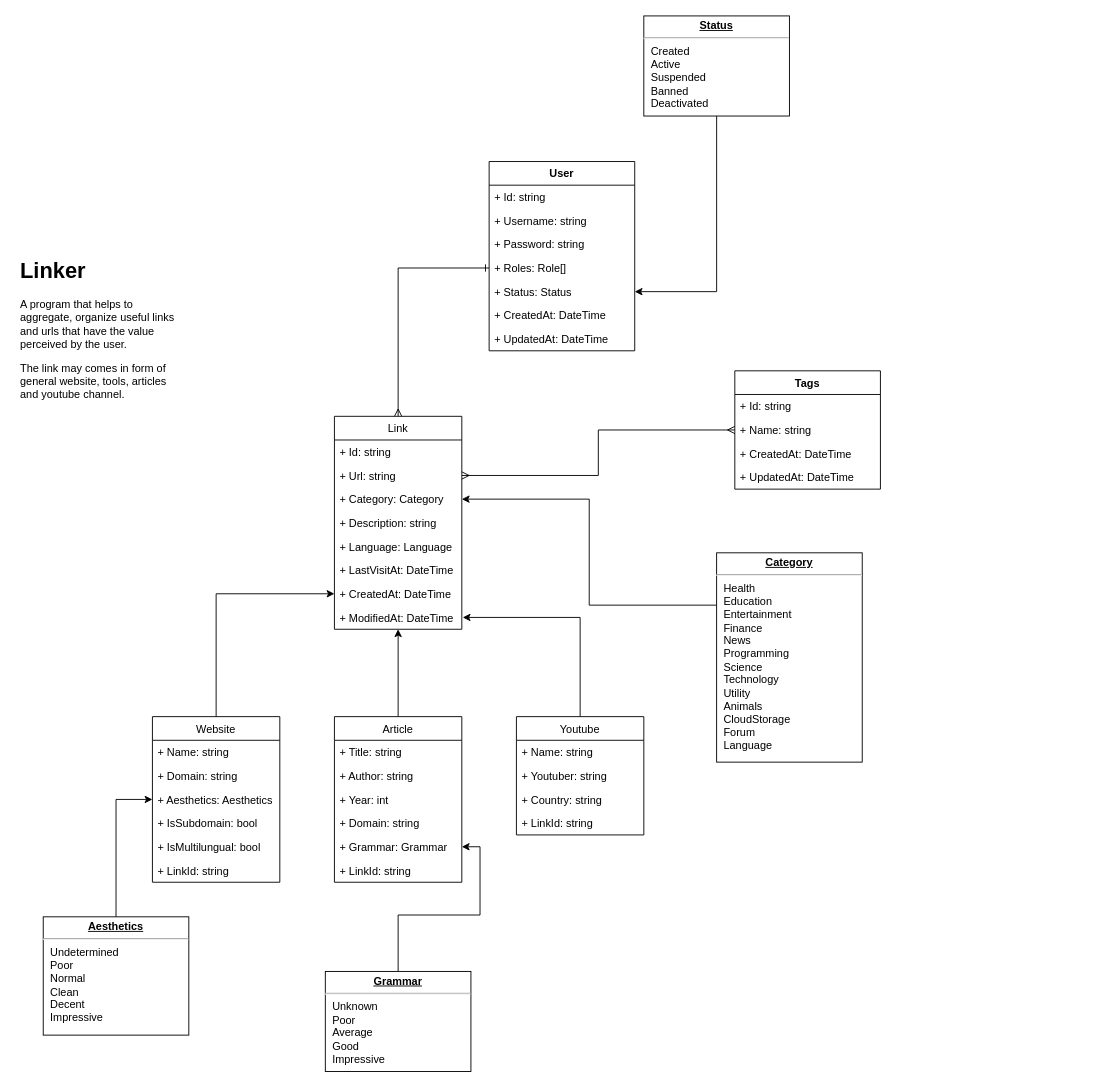
Before: page "Class Diagram" (1 of 4) of docs/Linker.drawio in data-miner00/Linker, a draw.io diagram. Source tidied: cells renumbered, new cells numbered last; positions are measured from the earlier drawing's top-left corner, leaving out a move shared by most shapes. Both pictures are drawn from the tidied source at 91%, with x=0, y=0 at pixel (15, 15).
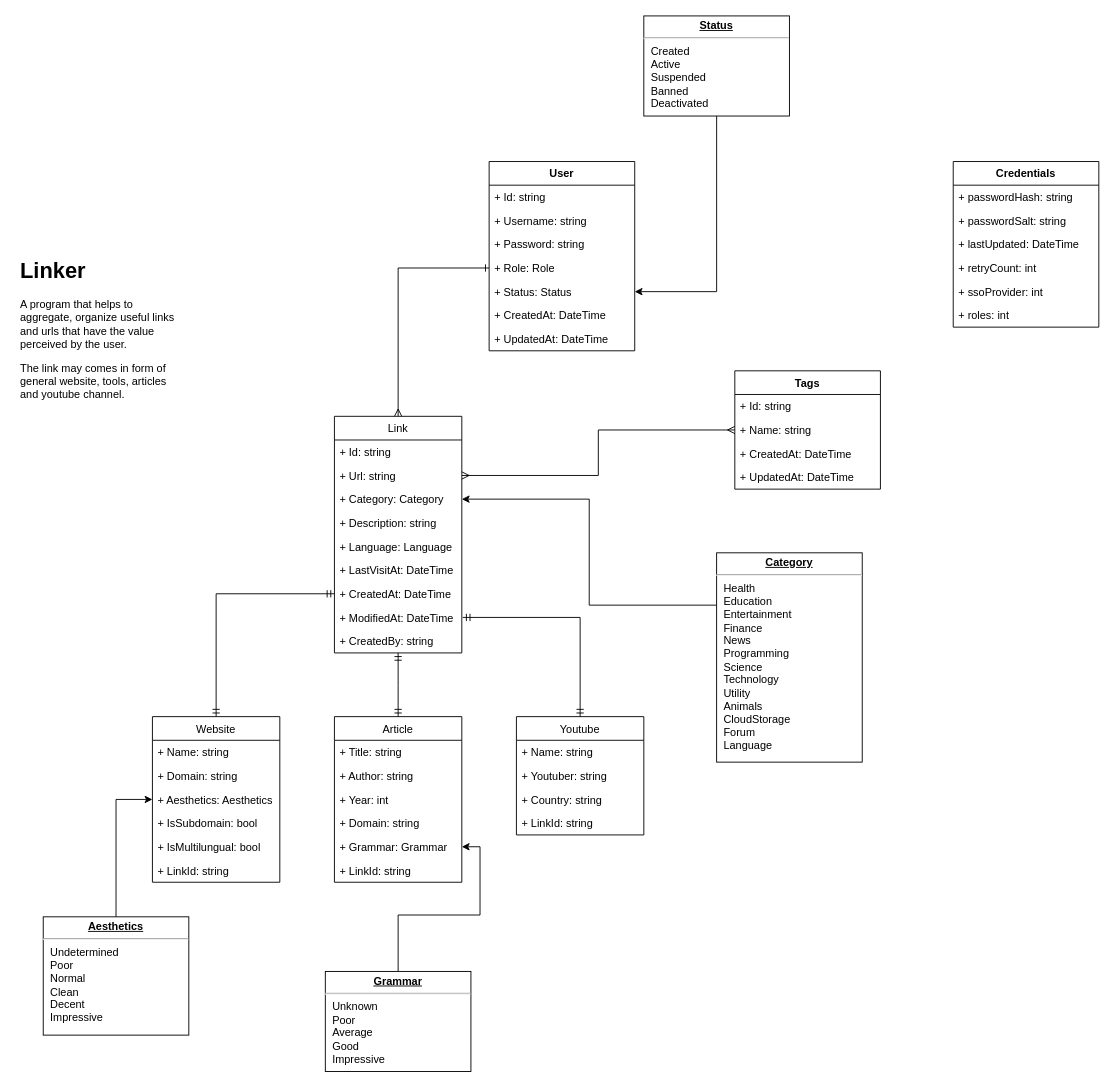
Above is the later version.

Unchanged cells that the change refers to:
```xml
<mxCell id="9" value="+ CreatedAt: DateTime" style="text;strokeColor=none;fillColor=none;align=left;verticalAlign=top;spacingLeft=4;spacingRight=4;overflow=hidden;points=[[0,0.5],[1,0.5]];portConstraint=eastwest;" parent="2" vertex="1">
  <mxGeometry y="182" width="140" height="26" as="geometry" />
</mxCell>
<mxCell id="10" value="+ ModifiedAt: DateTime" style="text;strokeColor=none;fillColor=none;align=left;verticalAlign=top;spacingLeft=4;spacingRight=4;overflow=hidden;points=[[0,0.5],[1,0.5]];portConstraint=eastwest;" parent="2" vertex="1">
  <mxGeometry y="208" width="140" height="26" as="geometry" />
</mxCell>
<mxCell id="14" value="Website" style="swimlane;fontStyle=0;horizontal=1;startSize=26;fillColor=none;" parent="1" vertex="1">
  <mxGeometry x="150" y="770" width="140" height="182" as="geometry" />
</mxCell>
<mxCell id="25" value="Article" style="swimlane;fontStyle=0;horizontal=1;startSize=26;fillColor=none;" parent="1" vertex="1">
  <mxGeometry x="350" y="770" width="140" height="182" as="geometry" />
</mxCell>
<mxCell id="35" value="Youtube" style="swimlane;fontStyle=0;horizontal=1;startSize=26;fillColor=none;" parent="1" vertex="1">
  <mxGeometry x="550" y="770" width="140" height="130" as="geometry" />
</mxCell>
<mxCell id="40" value="User" style="swimlane;fontStyle=1;align=center;verticalAlign=top;horizontal=1;startSize=26;" parent="1" vertex="1">
  <mxGeometry x="520" y="160" width="160" height="208" as="geometry" />
</mxCell>
```

Change to the diagram source:
```diff
@@
     <mxCell id="2" value="Link" style="swimlane;fontStyle=0;horizontal=1;startSize=26;fillColor=none;" parent="1" vertex="1">
-      <mxGeometry x="350" y="440" width="140" height="234" as="geometry" />
+      <mxGeometry x="350" y="440" width="140" height="260" as="geometry" />
     </mxCell>
@@
+    <mxCell id="57" value="+ CreatedBy: string" style="text;strokeColor=none;fillColor=none;align=left;verticalAlign=top;spacingLeft=4;spacingRight=4;overflow=hidden;" parent="2" vertex="1">
+      <mxGeometry y="234" width="140" height="26" as="geometry" />
+    </mxCell>
@@
-    <mxCell id="13" style="edgeStyle=orthogonalEdgeStyle;rounded=0;jettySize=auto;html=1;entryX=0;entryY=0.5;entryDx=0;entryDy=0;" parent="1" edge="1" source="14" target="9">
+    <mxCell id="13" style="edgeStyle=orthogonalEdgeStyle;rounded=0;jettySize=auto;html=1;entryX=0;entryY=0.5;entryDx=0;entryDy=0;endArrow=ERmandOne;endFill=0;startArrow=ERmandOne;startFill=0;" parent="1" edge="1" source="14" target="9">
       <mxGeometry relative="1" as="geometry" />
     </mxCell>
@@
-    <mxCell id="24" style="edgeStyle=orthogonalEdgeStyle;rounded=0;jettySize=auto;html=1;entryX=0.5;entryY=1;entryDx=0;entryDy=0;entryPerimeter=0;" parent="1" edge="1" source="25" target="10">
-      <mxGeometry relative="1" as="geometry" />
+    <mxCell id="24" style="edgeStyle=orthogonalEdgeStyle;rounded=0;jettySize=auto;html=1;endArrow=ERmandOne;endFill=0;startArrow=ERmandOne;startFill=0;" parent="1" edge="1" source="25">
+      <mxGeometry relative="1" as="geometry">
+        <mxPoint x="420" y="700" as="targetPoint" />
+      </mxGeometry>
     </mxCell>
@@
-    <mxCell id="34" style="edgeStyle=orthogonalEdgeStyle;rounded=0;jettySize=auto;html=1;" parent="1" edge="1" source="35">
+    <mxCell id="34" style="edgeStyle=orthogonalEdgeStyle;rounded=0;jettySize=auto;html=1;endArrow=ERmandOne;endFill=0;startArrow=ERmandOne;startFill=0;" parent="1" edge="1" source="35">
       <mxGeometry relative="1" as="geometry">
         <mxPoint x="491" y="661" as="targetPoint" />
         <Array as="points">
           <mxPoint x="620" y="661" />
           <mxPoint x="491" y="661" />
         </Array>
       </mxGeometry>
     </mxCell>
@@
-    <mxCell id="44" value="+ Roles: Role[]" style="text;strokeColor=none;fillColor=none;align=left;verticalAlign=top;spacingLeft=4;spacingRight=4;overflow=hidden;points=[[0,0.5],[1,0.5]];portConstraint=eastwest;" parent="40" vertex="1">
+    <mxCell id="44" value="+ Role: Role" style="text;strokeColor=none;fillColor=none;align=left;verticalAlign=top;spacingLeft=4;spacingRight=4;overflow=hidden;points=[[0,0.5],[1,0.5]];portConstraint=eastwest;" parent="40" vertex="1">
       <mxGeometry y="104" width="160" height="26" as="geometry" />
     </mxCell>
@@
+    <mxCell id="58" value="Credentials" style="swimlane;fontStyle=1;align=center;verticalAlign=top;horizontal=1;startSize=26;" parent="1" vertex="1">
+      <mxGeometry x="1030" y="160" width="160" height="182" as="geometry" />
+    </mxCell>
+    <mxCell id="59" value="+ passwordHash: string" style="text;strokeColor=none;fillColor=none;align=left;verticalAlign=top;spacingLeft=4;spacingRight=4;overflow=hidden;" parent="58" vertex="1">
+      <mxGeometry y="26" width="160" height="26" as="geometry" />
+    </mxCell>
+    <mxCell id="60" value="+ passwordSalt: string" style="text;strokeColor=none;fillColor=none;align=left;verticalAlign=top;spacingLeft=4;spacingRight=4;overflow=hidden;" parent="58" vertex="1">
+      <mxGeometry y="52" width="160" height="26" as="geometry" />
+    </mxCell>
+    <mxCell id="61" value="+ lastUpdated: DateTime" style="text;strokeColor=none;fillColor=none;align=left;verticalAlign=top;spacingLeft=4;spacingRight=4;overflow=hidden;" parent="58" vertex="1">
+      <mxGeometry y="78" width="160" height="26" as="geometry" />
+    </mxCell>
+    <mxCell id="62" value="+ retryCount: int" style="text;strokeColor=none;fillColor=none;align=left;verticalAlign=top;spacingLeft=4;spacingRight=4;overflow=hidden;" parent="58" vertex="1">
+      <mxGeometry y="104" width="160" height="26" as="geometry" />
+    </mxCell>
+    <mxCell id="63" value="+ ssoProvider: int" style="text;strokeColor=none;fillColor=none;align=left;verticalAlign=top;spacingLeft=4;spacingRight=4;overflow=hidden;" parent="58" vertex="1">
+      <mxGeometry y="130" width="160" height="26" as="geometry" />
+    </mxCell>
+    <mxCell id="64" value="+ roles: int" style="text;strokeColor=none;fillColor=none;align=left;verticalAlign=top;spacingLeft=4;spacingRight=4;overflow=hidden;" parent="58" vertex="1">
+      <mxGeometry y="156" width="160" height="26" as="geometry" />
+    </mxCell>
```
